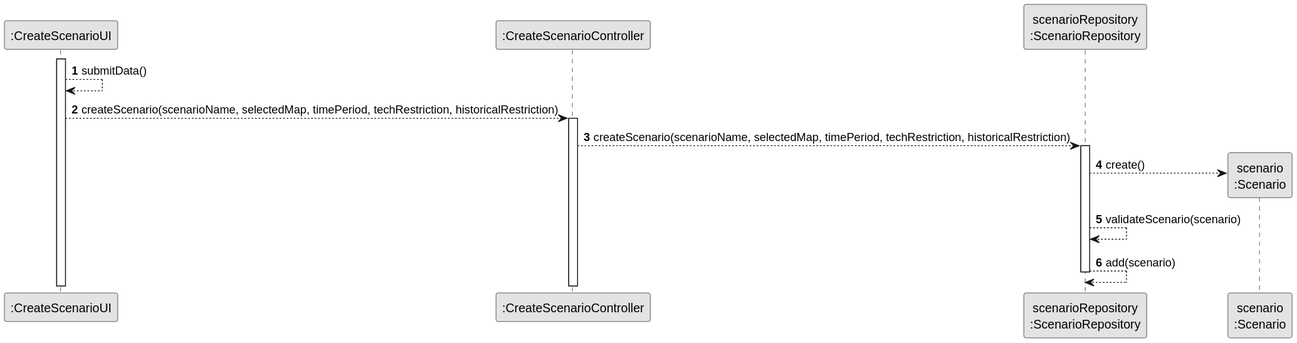
goncalolopesp/sem2-pi-24.25-g093-repo keeps this PlantUML diagram as docs/system-documentation/US004/03.design/svg/US004-Partial-SD-create.svg. Above is the earlier version. Its diagram source:
```plantuml
@startuml
skinparam monochrome true
skinparam packageStyle rectangle
skinparam shadowing false

autonumber

participant ":CreateScenarioUI" as CreateScenarioUI

participant ":CreateScenarioController" as CreateScenarioController
participant "scenarioRepository\n:ScenarioRepository" as scenarioRepository

activate CreateScenarioUI
CreateScenarioUI --> CreateScenarioUI : submitData()
    CreateScenarioUI --> CreateScenarioController : createScenario(scenarioName, selectedMap, timePeriod, techRestriction, historicalRestriction)
    activate CreateScenarioController

    CreateScenarioController --> scenarioRepository : createScenario(scenarioName, selectedMap, timePeriod, techRestriction, historicalRestriction)
    activate scenarioRepository

    create "scenario\n:Scenario" as Scenario

    scenarioRepository --> Scenario : create()
    scenarioRepository --> scenarioRepository : validateScenario(scenario)
    scenarioRepository --> scenarioRepository : add(scenario)
    deactivate scenarioRepository
@enduml
```
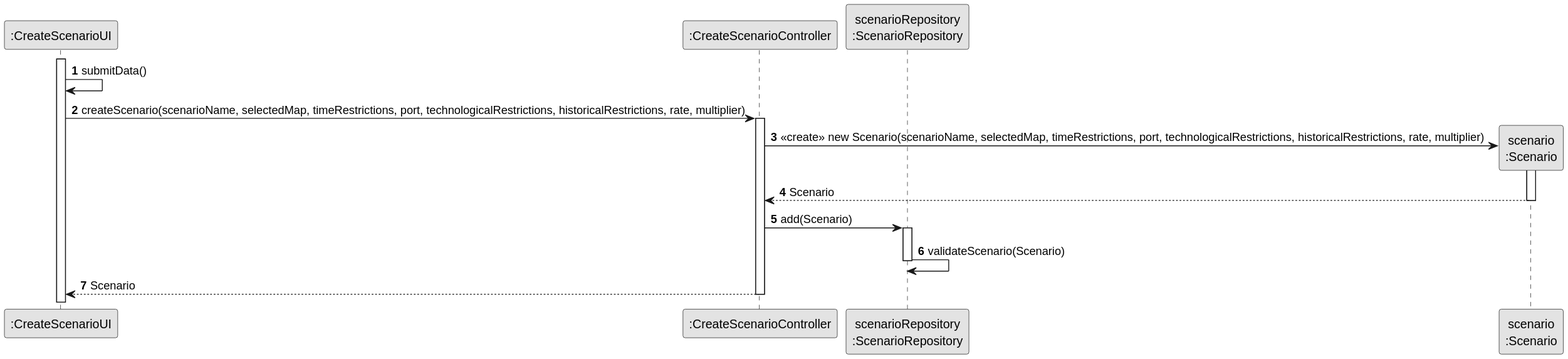
Later version of the same file.

Commit message:
US004 (docs) - Updated partial sequence diagrams

Diff of the diagram source:
```diff
@@ -11,17 +11,25 @@
 participant "scenarioRepository\n:ScenarioRepository" as scenarioRepository
 
 activate CreateScenarioUI
-CreateScenarioUI --> CreateScenarioUI : submitData()
-    CreateScenarioUI --> CreateScenarioController : createScenario(scenarioName, selectedMap, timePeriod, techRestriction, historicalRestriction)
+
+CreateScenarioUI -> CreateScenarioUI : submitData()
+    CreateScenarioUI -> CreateScenarioController : createScenario(scenarioName, selectedMap, timeRestrictions, port, technologicalRestrictions, historicalRestrictions, rate, multiplier)
     activate CreateScenarioController
-
-    CreateScenarioController --> scenarioRepository : createScenario(scenarioName, selectedMap, timePeriod, techRestriction, historicalRestriction)
-    activate scenarioRepository
 
     create "scenario\n:Scenario" as Scenario
 
-    scenarioRepository --> Scenario : create()
-    scenarioRepository --> scenarioRepository : validateScenario(scenario)
-    scenarioRepository --> scenarioRepository : add(scenario)
+    CreateScenarioController -> Scenario : <<create>> new Scenario(scenarioName, selectedMap, timeRestrictions, port, technologicalRestrictions, historicalRestrictions, rate, multiplier)
+    activate Scenario
+
+    Scenario --> CreateScenarioController : Scenario
+    deactivate Scenario
+
+    CreateScenarioController -> scenarioRepository : add(Scenario)
+    activate scenarioRepository
+
+    scenarioRepository -> scenarioRepository : validateScenario(Scenario)
     deactivate scenarioRepository
+
+    CreateScenarioController --> CreateScenarioUI : Scenario
+    deactivate CreateScenarioController
 @enduml
```
